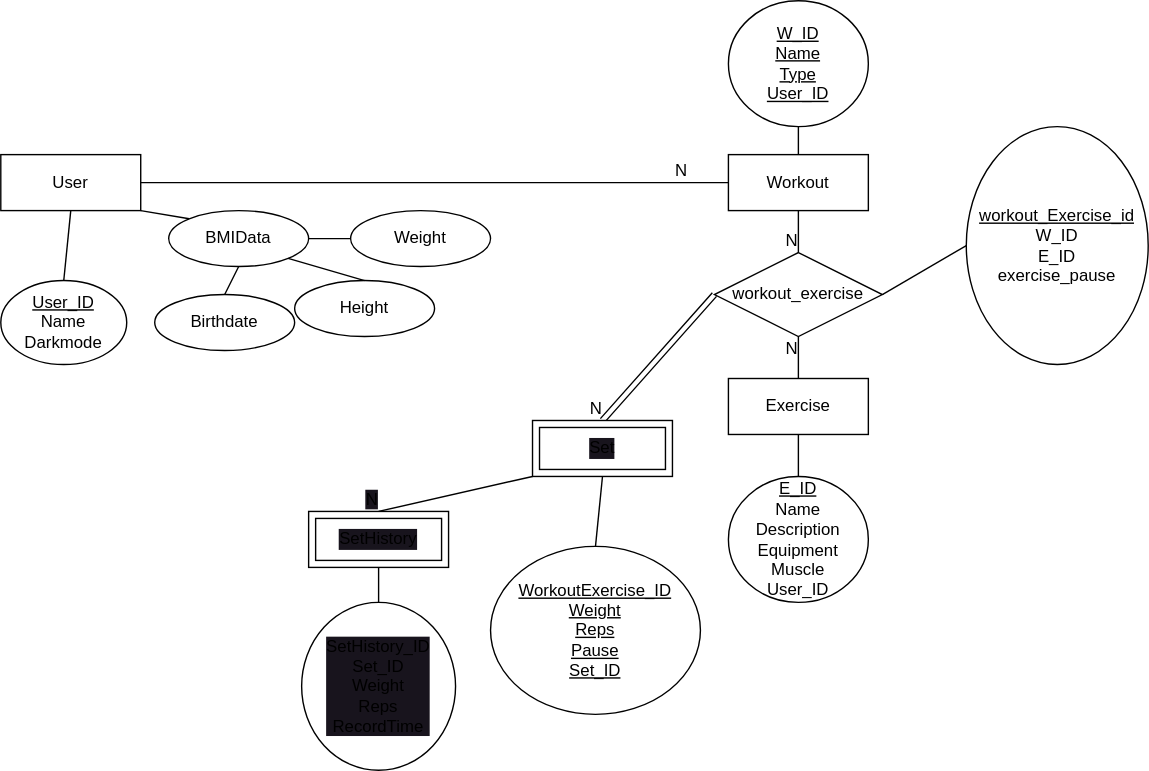
Above: EER-Diagramm.drawio.svg in willizielke/FitnessWebAppDocumentation (draw.io), before the change. Source tidied: cells renumbered, new cells last; positions are measured from the earlier drawing's top-left corner, leaving out a move shared by most shapes.
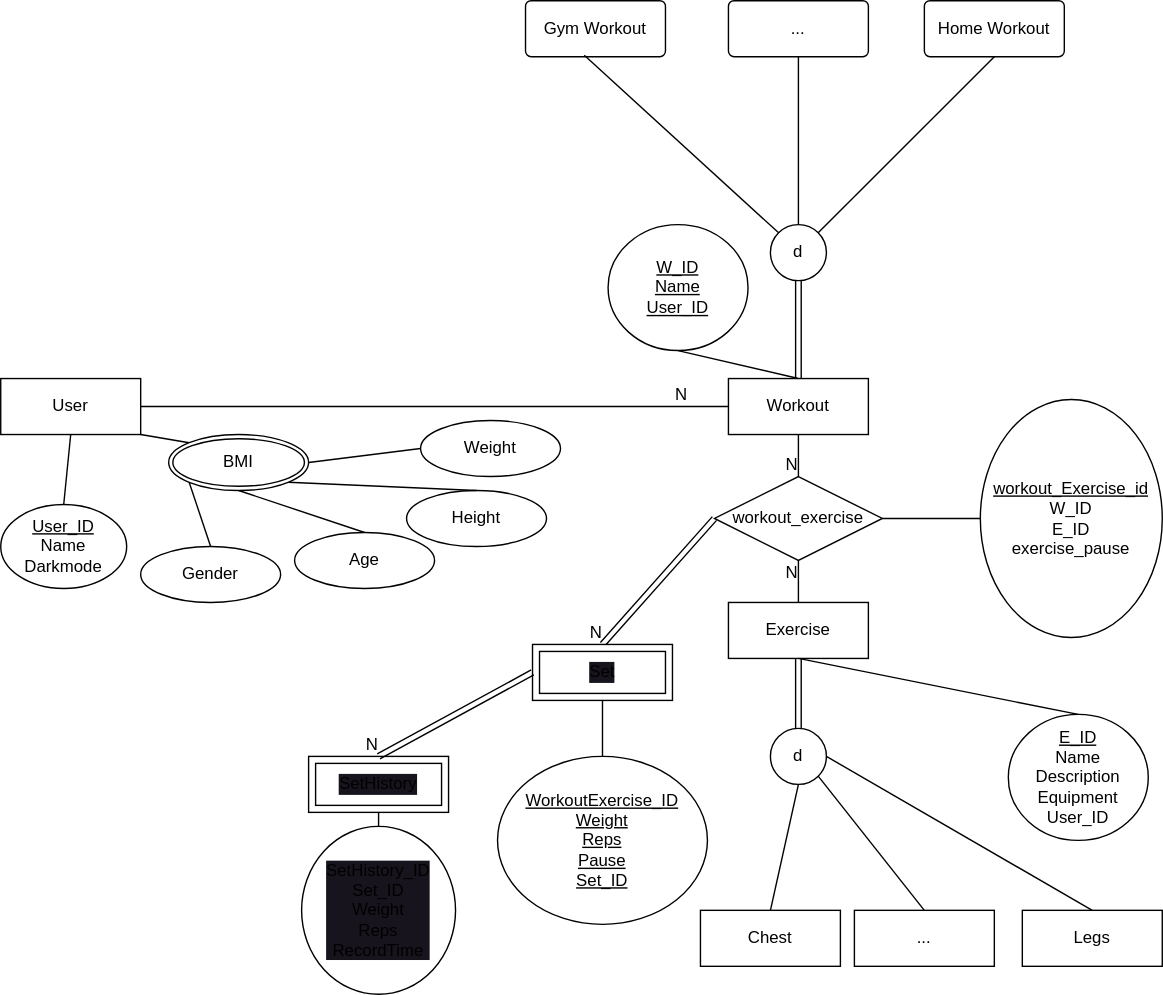
The same diagram one commit later.

What changed in the source:
```diff
@@ -27,8 +27,8 @@
         <mxPoint y="-13" as="offset" />
       </mxGeometry>
     </mxCell>
-    <mxCell id="9" value="&lt;u&gt;E_ID&lt;/u&gt;&lt;br&gt;Name&lt;br&gt;Description&lt;br&gt;Equipment&lt;br&gt;Muscle&lt;br&gt;User_ID" style="ellipse;whiteSpace=wrap;html=1;align=center;" parent="1" vertex="1">
-      <mxGeometry x="520" y="340" width="100" height="90" as="geometry" />
+    <mxCell id="9" value="&lt;u&gt;E_ID&lt;/u&gt;&lt;br&gt;Name&lt;br&gt;Description&lt;br&gt;Equipment&lt;br&gt;User_ID" style="ellipse;whiteSpace=wrap;html=1;align=center;" parent="1" vertex="1">
+      <mxGeometry x="720" y="350" width="100" height="90" as="geometry" />
     </mxCell>
     <mxCell id="10" style="endArrow=none;html=1;rounded=0;exitX=0.5;exitY=0;exitDx=0;exitDy=0;entryX=0.5;entryY=1;entryDx=0;entryDy=0;" parent="1" edge="1" source="9" target="4">
       <mxGeometry relative="1" as="geometry" />
@@ -55,14 +55,14 @@
     <mxCell id="15" style="endArrow=none;html=1;rounded=0;exitX=0.5;exitY=0;exitDx=0;exitDy=0;entryX=0.5;entryY=1;entryDx=0;entryDy=0;" parent="1" edge="1" source="14" target="2">
       <mxGeometry relative="1" as="geometry" />
     </mxCell>
-    <mxCell id="16" value="W_ID&lt;br&gt;Name&lt;br&gt;Type&lt;br&gt;User_ID" style="ellipse;whiteSpace=wrap;html=1;align=center;fontStyle=4;" parent="1" vertex="1">
-      <mxGeometry x="520" width="100" height="90" as="geometry" />
+    <mxCell id="16" value="W_ID&lt;br&gt;Name&lt;br&gt;User_ID" style="ellipse;whiteSpace=wrap;html=1;align=center;fontStyle=4;" parent="1" vertex="1">
+      <mxGeometry x="434" width="100" height="90" as="geometry" />
     </mxCell>
     <mxCell id="17" style="endArrow=none;html=1;rounded=0;exitX=0.5;exitY=0;exitDx=0;exitDy=0;entryX=0.5;entryY=1;entryDx=0;entryDy=0;" parent="1" edge="1" source="3" target="16">
       <mxGeometry relative="1" as="geometry" />
     </mxCell>
     <mxCell id="18" value="&lt;u&gt;workout_Exercise_id&lt;/u&gt;&lt;br&gt;W_ID&lt;br&gt;E_ID&lt;br&gt;exercise_pause" style="ellipse;whiteSpace=wrap;html=1;align=center;" parent="1" vertex="1">
-      <mxGeometry x="690" y="90" width="130" height="170" as="geometry" />
+      <mxGeometry x="700" y="125" width="130" height="170" as="geometry" />
     </mxCell>
     <mxCell id="19" style="endArrow=none;html=1;rounded=0;exitX=1;exitY=0.5;exitDx=0;exitDy=0;entryX=0;entryY=0.5;entryDx=0;entryDy=0;" parent="1" edge="1" source="11" target="18">
       <mxGeometry relative="1" as="geometry" />
@@ -74,31 +74,28 @@
       <mxGeometry x="1" relative="1" as="geometry" />
     </mxCell>
     <mxCell id="22" value="&lt;u&gt;WorkoutExercise_ID&lt;br&gt;Weight&lt;br&gt;Reps&lt;br&gt;Pause&lt;br&gt;Set_ID&lt;br&gt;&lt;/u&gt;" style="ellipse;whiteSpace=wrap;html=1;align=center;" parent="1" vertex="1">
-      <mxGeometry x="350" y="390" width="150" height="120" as="geometry" />
+      <mxGeometry x="355" y="380" width="150" height="120" as="geometry" />
     </mxCell>
-    <mxCell id="23" value="BMIData" style="ellipse;whiteSpace=wrap;html=1;align=center;" parent="1" vertex="1">
-      <mxGeometry x="120" y="150" width="100" height="40" as="geometry" />
-    </mxCell>
     <mxCell id="24" value="Height" style="ellipse;whiteSpace=wrap;html=1;align=center;" parent="1" vertex="1">
-      <mxGeometry x="210" y="200" width="100" height="40" as="geometry" />
+      <mxGeometry x="290" y="190" width="100" height="40" as="geometry" />
     </mxCell>
     <mxCell id="25" value="Weight" style="ellipse;whiteSpace=wrap;html=1;align=center;" parent="1" vertex="1">
-      <mxGeometry x="250" y="150" width="100" height="40" as="geometry" />
+      <mxGeometry x="300" y="140" width="100" height="40" as="geometry" />
     </mxCell>
-    <mxCell id="26" style="endArrow=none;html=1;rounded=0;exitX=0.5;exitY=0;exitDx=0;exitDy=0;entryX=0.5;entryY=1;entryDx=0;entryDy=0;" parent="1" edge="1" source="30" target="23">
+    <mxCell id="26" style="endArrow=none;html=1;rounded=0;exitX=0.5;exitY=0;exitDx=0;exitDy=0;entryX=0.5;entryY=1;entryDx=0;entryDy=0;" parent="1" edge="1" source="30" target="46">
       <mxGeometry relative="1" as="geometry" />
     </mxCell>
-    <mxCell id="27" style="endArrow=none;html=1;rounded=0;exitX=0.5;exitY=0;exitDx=0;exitDy=0;entryX=1;entryY=1;entryDx=0;entryDy=0;" parent="1" edge="1" source="24" target="23">
+    <mxCell id="27" style="endArrow=none;html=1;rounded=0;exitX=0.5;exitY=0;exitDx=0;exitDy=0;entryX=1;entryY=1;entryDx=0;entryDy=0;" parent="1" edge="1" source="24" target="46">
       <mxGeometry relative="1" as="geometry" />
     </mxCell>
-    <mxCell id="28" style="endArrow=none;html=1;rounded=0;exitX=1;exitY=0.5;exitDx=0;exitDy=0;entryX=0;entryY=0.5;entryDx=0;entryDy=0;" parent="1" edge="1" source="23" target="25">
+    <mxCell id="28" style="endArrow=none;html=1;rounded=0;exitX=1;exitY=0.5;exitDx=0;exitDy=0;entryX=0;entryY=0.5;entryDx=0;entryDy=0;" parent="1" edge="1" source="46" target="25">
       <mxGeometry relative="1" as="geometry" />
     </mxCell>
-    <mxCell id="29" style="endArrow=none;html=1;rounded=0;exitX=0;exitY=0;exitDx=0;exitDy=0;entryX=1;entryY=1;entryDx=0;entryDy=0;" parent="1" edge="1" source="23" target="2">
+    <mxCell id="29" style="endArrow=none;html=1;rounded=0;exitX=0;exitY=0;exitDx=0;exitDy=0;entryX=1;entryY=1;entryDx=0;entryDy=0;" parent="1" edge="1" source="46" target="2">
       <mxGeometry relative="1" as="geometry" />
     </mxCell>
-    <mxCell id="30" value="Birthdate" style="ellipse;whiteSpace=wrap;html=1;align=center;" parent="1" vertex="1">
-      <mxGeometry x="110" y="210" width="100" height="40" as="geometry" />
+    <mxCell id="30" value="Age" style="ellipse;whiteSpace=wrap;html=1;align=center;" parent="1" vertex="1">
+      <mxGeometry x="210" y="220" width="100" height="40" as="geometry" />
     </mxCell>
     <mxCell id="31" value="Set" style="shape=ext;margin=3;double=1;whiteSpace=wrap;html=1;align=center;labelBackgroundColor=#18141D;" parent="1" vertex="1">
       <mxGeometry x="380" y="300" width="100" height="40" as="geometry" />
@@ -107,19 +104,76 @@
       <mxGeometry relative="1" as="geometry" />
     </mxCell>
     <mxCell id="33" value="SetHistory" style="shape=ext;margin=3;double=1;whiteSpace=wrap;html=1;align=center;labelBackgroundColor=#18141D;" parent="1" vertex="1">
-      <mxGeometry x="220" y="365" width="100" height="40" as="geometry" />
+      <mxGeometry x="220" y="380" width="100" height="40" as="geometry" />
     </mxCell>
+    <mxCell id="36" value="SetHistory_ID&lt;br&gt;Set_ID&lt;br&gt;Weight&lt;br&gt;Reps&lt;br&gt;RecordTime" style="ellipse;whiteSpace=wrap;html=1;align=center;labelBackgroundColor=#18141D;" parent="1" vertex="1">
+      <mxGeometry x="215" y="430" width="110" height="120" as="geometry" />
+    </mxCell>
+    <mxCell id="37" style="endArrow=none;html=1;rounded=0;exitX=0.5;exitY=0;exitDx=0;exitDy=0;entryX=0.5;entryY=1;entryDx=0;entryDy=0;" parent="1" edge="1" source="36" target="33">
+      <mxGeometry relative="1" as="geometry" />
+    </mxCell>
+    <mxCell id="38" value="Gym Workout" style="rounded=1;arcSize=10;whiteSpace=wrap;html=1;align=center;" parent="1" vertex="1">
+      <mxGeometry x="375" y="-160" width="100" height="40" as="geometry" />
+    </mxCell>
+    <mxCell id="39" value="..." style="rounded=1;arcSize=10;whiteSpace=wrap;html=1;align=center;" parent="1" vertex="1">
+      <mxGeometry x="520" y="-160" width="100" height="40" as="geometry" />
+    </mxCell>
+    <mxCell id="40" value="Home Workout" style="rounded=1;arcSize=10;whiteSpace=wrap;html=1;align=center;" parent="1" vertex="1">
+      <mxGeometry x="660" y="-160" width="100" height="40" as="geometry" />
+    </mxCell>
+    <mxCell id="41" value="d" style="ellipse;whiteSpace=wrap;html=1;" parent="1" vertex="1">
+      <mxGeometry x="550" width="40" height="40" as="geometry" />
+    </mxCell>
+    <mxCell id="42" style="shape=link;html=1;entryX=0.5;entryY=0;entryDx=0;entryDy=0;exitX=0.5;exitY=1;exitDx=0;exitDy=0;" parent="1" edge="1" source="41" target="3">
+      <mxGeometry relative="1" as="geometry" />
+    </mxCell>
+    <mxCell id="43" style="endArrow=none;html=1;entryX=1;entryY=0;entryDx=0;entryDy=0;exitX=0.5;exitY=1;exitDx=0;exitDy=0;" parent="1" edge="1" source="40" target="41">
+      <mxGeometry relative="1" as="geometry" />
+    </mxCell>
+    <mxCell id="44" style="endArrow=none;html=1;entryX=0.5;entryY=0;entryDx=0;entryDy=0;exitX=0.5;exitY=1;exitDx=0;exitDy=0;" parent="1" edge="1" source="39" target="41">
+      <mxGeometry relative="1" as="geometry" />
+    </mxCell>
+    <mxCell id="45" style="endArrow=none;html=1;entryX=0;entryY=0;entryDx=0;entryDy=0;exitX=0.42;exitY=0.975;exitDx=0;exitDy=0;exitPerimeter=0;" parent="1" edge="1" source="38" target="41">
+      <mxGeometry relative="1" as="geometry" />
+    </mxCell>
-    <mxCell id="34" style="endArrow=none;html=1;rounded=0;exitX=0;exitY=1;exitDx=0;exitDy=0;entryX=0.5;entryY=0;entryDx=0;entryDy=0;" parent="1" edge="1" source="31" target="33">
+    <mxCell id="34" style="shape=link;html=1;rounded=0;exitX=0;exitY=0.5;exitDx=0;exitDy=0;entryX=0.5;entryY=0;entryDx=0;entryDy=0;" parent="1" edge="1" source="31" target="33">
       <mxGeometry relative="1" as="geometry" />
     </mxCell>
-    <mxCell id="35" value="N" style="html=1;align=right;verticalAlign=bottom;labelBackgroundColor=#18141D;" parent="34" vertex="1">
+    <mxCell id="35" value="N" style="html=1;align=right;verticalAlign=bottom;" parent="34" vertex="1">
       <mxGeometry x="1" relative="1" as="geometry" />
     </mxCell>
-    <mxCell id="36" value="SetHistory_ID&lt;br&gt;Set_ID&lt;br&gt;Weight&lt;br&gt;Reps&lt;br&gt;RecordTime" style="ellipse;whiteSpace=wrap;html=1;align=center;labelBackgroundColor=#18141D;" parent="1" vertex="1">
-      <mxGeometry x="215" y="430" width="110" height="120" as="geometry" />
-    </mxCell>
-    <mxCell id="37" style="endArrow=none;html=1;rounded=0;exitX=0.5;exitY=0;exitDx=0;exitDy=0;entryX=0.5;entryY=1;entryDx=0;entryDy=0;" parent="1" edge="1" source="36" target="33">
-      <mxGeometry relative="1" as="geometry" />
-    </mxCell>
+    <mxCell id="46" value="BMI" style="ellipse;shape=doubleEllipse;margin=3;whiteSpace=wrap;html=1;align=center;" parent="1" vertex="1">
+      <mxGeometry x="120" y="150" width="100" height="40" as="geometry" />
+    </mxCell>
+    <mxCell id="47" style="endArrow=none;html=1;rounded=0;exitX=0.5;exitY=0;exitDx=0;exitDy=0;entryX=0;entryY=1;entryDx=0;entryDy=0;" parent="1" edge="1" source="48" target="46">
+      <mxGeometry relative="1" as="geometry" />
+    </mxCell>
+    <mxCell id="48" value="Gender" style="ellipse;whiteSpace=wrap;html=1;align=center;" parent="1" vertex="1">
+      <mxGeometry x="100" y="230" width="100" height="40" as="geometry" />
+    </mxCell>
+    <mxCell id="49" value="d" style="ellipse;whiteSpace=wrap;html=1;" parent="1" vertex="1">
+      <mxGeometry x="550" y="360" width="40" height="40" as="geometry" />
+    </mxCell>
+    <mxCell id="50" style="shape=link;html=1;entryX=0.5;entryY=1;entryDx=0;entryDy=0;exitX=0.5;exitY=0;exitDx=0;exitDy=0;" parent="1" edge="1" source="49" target="4">
+      <mxGeometry relative="1" as="geometry" />
+    </mxCell>
+    <mxCell id="51" value="Chest" style="whiteSpace=wrap;html=1;align=center;" parent="1" vertex="1">
+      <mxGeometry x="500" y="490" width="100" height="40" as="geometry" />
+    </mxCell>
+    <mxCell id="52" value="Legs" style="whiteSpace=wrap;html=1;align=center;" parent="1" vertex="1">
+      <mxGeometry x="730" y="490" width="100" height="40" as="geometry" />
+    </mxCell>
+    <mxCell id="53" value="..." style="whiteSpace=wrap;html=1;align=center;" parent="1" vertex="1">
+      <mxGeometry x="610" y="490" width="100" height="40" as="geometry" />
+    </mxCell>
+    <mxCell id="54" style="endArrow=none;html=1;entryX=1;entryY=0.5;entryDx=0;entryDy=0;exitX=0.5;exitY=0;exitDx=0;exitDy=0;" parent="1" edge="1" source="52" target="49">
+      <mxGeometry relative="1" as="geometry" />
+    </mxCell>
+    <mxCell id="55" style="endArrow=none;html=1;entryX=1;entryY=1;entryDx=0;entryDy=0;exitX=0.5;exitY=0;exitDx=0;exitDy=0;" parent="1" edge="1" source="53" target="49">
+      <mxGeometry relative="1" as="geometry" />
+    </mxCell>
+    <mxCell id="56" style="endArrow=none;html=1;entryX=0.5;entryY=1;entryDx=0;entryDy=0;exitX=0.5;exitY=0;exitDx=0;exitDy=0;" parent="1" edge="1" source="51" target="49">
+      <mxGeometry relative="1" as="geometry" />
+    </mxCell>
   </root>
 </mxGraphModel>
```
